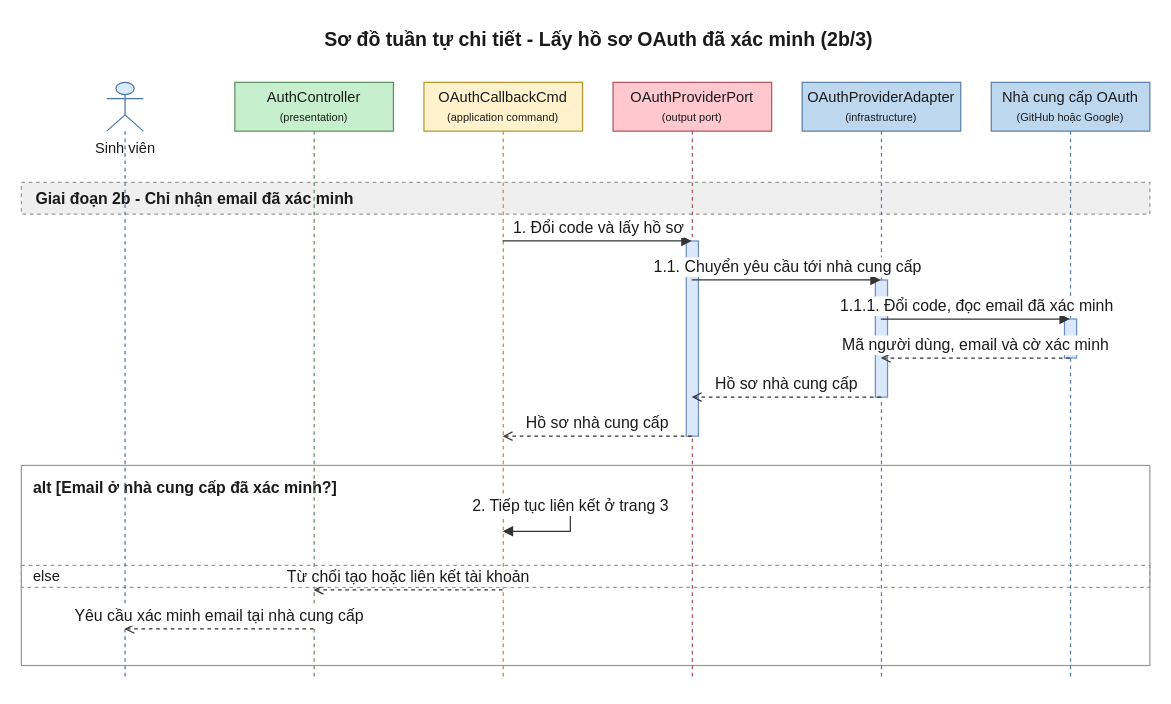
Earlier version of the draw.io diagram 08-diagram/sequence/user/sequence_user_lien_ket_oauth_p2b.drawio (daiphu1801/PRJ_ALGOPREP). Source tidied: cells renumbered, new cells numbered last; positions are measured from the earlier drawing's top-left corner, leaving out a move shared by most shapes. Both pictures are drawn from the tidied source at 122%, with x=0, y=0 at pixel (21, 21).
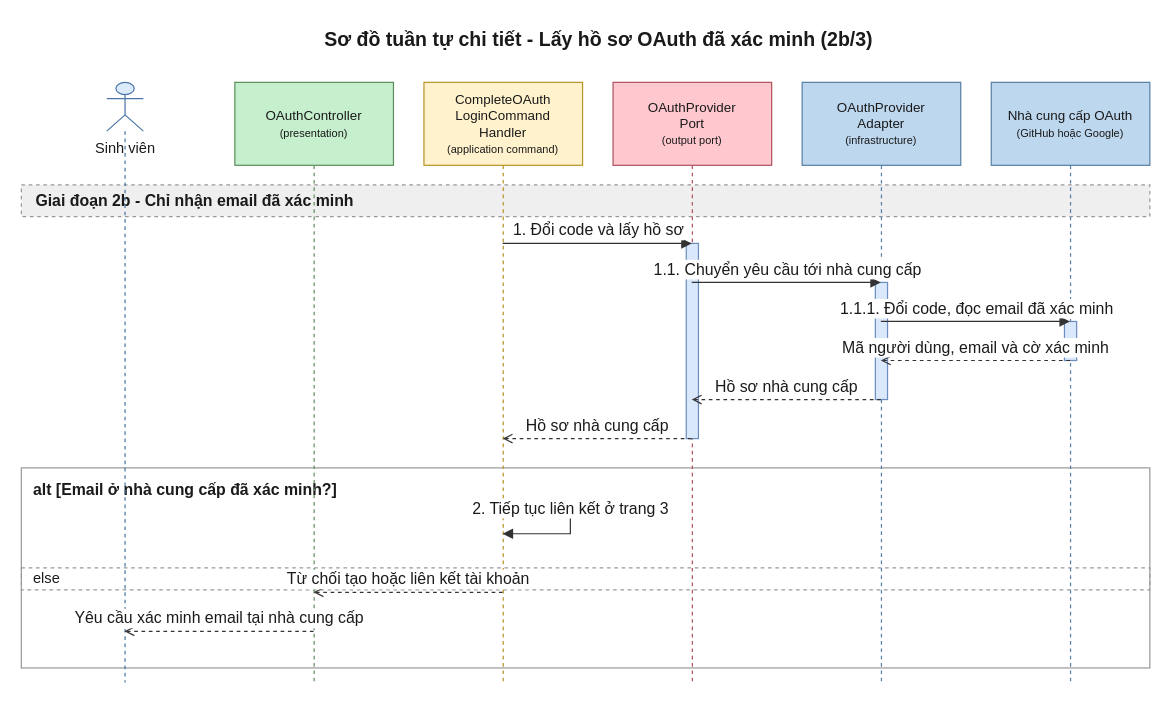
The same diagram, later.

Change to the diagram source:
```diff
@@
     <mxCell id="3" value="alt [Email ở nhà cung cấp đã xác minh?]" style="algoprep=alt;rounded=0;whiteSpace=wrap;html=1;fillColor=none;strokeColor=#999999;verticalAlign=top;align=left;spacingLeft=8;spacingTop=4;fontColor=#1A1A1A;fontSize=13;fontStyle=1;dashed=0;" parent="1" vertex="1">
-      <mxGeometry y="364" width="925" height="164" as="geometry" />
+      <mxGeometry y="366" width="925" height="164" as="geometry" />
     </mxCell>
     <mxCell id="4" value="else" style="text;html=1;dashed=1;strokeColor=#999999;fillColor=none;align=left;verticalAlign=middle;spacingLeft=8;fontColor=#1A1A1A;fontSize=12;" parent="1" vertex="1">
-      <mxGeometry y="446" width="925" height="18" as="geometry" />
+      <mxGeometry y="448" width="925" height="18" as="geometry" />
     </mxCell>
     <mxCell id="5" value="Giai đoạn 2b - Chỉ nhận email đã xác minh" style="algoprep=phase;rounded=0;whiteSpace=wrap;html=1;fillColor=#EFEFEF;strokeColor=#999999;dashed=1;align=left;verticalAlign=middle;spacingLeft=10;fontColor=#1A1A1A;fontSize=13;fontStyle=1;" parent="1" vertex="1">
-      <mxGeometry y="132" width="925" height="26" as="geometry" />
+      <mxGeometry y="134" width="925" height="26" as="geometry" />
     </mxCell>
     <mxCell id="6" value="Sinh viên" style="shape=umlLifeline;participant=umlActor;perimeter=lifelinePerimeter;html=1;outlineConnect=0;size=40;verticalAlign=top;spacingTop=40;fillColor=#DCEBFC;strokeColor=#4A76A8;fontColor=#1A1A1A;" parent="1" vertex="1">
-      <mxGeometry x="70" y="50" width="30" height="490" as="geometry" />
+      <mxGeometry x="70" y="50" width="30" height="492" as="geometry" />
     </mxCell>
-    <mxCell id="7" value="AuthController&lt;br&gt;&lt;font style=&quot;font-size:9px&quot;&gt;(presentation)&lt;/font&gt;" style="shape=umlLifeline;perimeter=lifelinePerimeter;whiteSpace=wrap;html=1;outlineConnect=0;size=40;fillColor=#C6EFCE;strokeColor=#5E8E5E;fontColor=#1A1A1A;" parent="1" vertex="1">
-      <mxGeometry x="175" y="50" width="130" height="490" as="geometry" />
+    <mxCell id="7" value="OAuthController&lt;br&gt;&lt;font style=&quot;font-size:9px&quot;&gt;(presentation)&lt;/font&gt;" style="shape=umlLifeline;perimeter=lifelinePerimeter;whiteSpace=wrap;html=1;outlineConnect=0;size=68;fontSize=11;fillColor=#C6EFCE;strokeColor=#5E8E5E;fontColor=#1A1A1A;" parent="1" vertex="1">
+      <mxGeometry x="175" y="50" width="130" height="492" as="geometry" />
     </mxCell>
-    <mxCell id="8" value="OAuthCallbackCmd&lt;br&gt;&lt;font style=&quot;font-size:9px&quot;&gt;(application command)&lt;/font&gt;" style="shape=umlLifeline;perimeter=lifelinePerimeter;whiteSpace=wrap;html=1;outlineConnect=0;size=40;fillColor=#FFF2CC;strokeColor=#B8952A;fontColor=#1A1A1A;" parent="1" vertex="1">
-      <mxGeometry x="330" y="50" width="130" height="490" as="geometry" />
+    <mxCell id="8" value="CompleteOAuth&lt;br&gt;LoginCommand&lt;br&gt;Handler&lt;br&gt;&lt;font style=&quot;font-size:9px&quot;&gt;(application command)&lt;/font&gt;" style="shape=umlLifeline;perimeter=lifelinePerimeter;whiteSpace=wrap;html=1;outlineConnect=0;size=68;fontSize=11;fillColor=#FFF2CC;strokeColor=#B8952A;fontColor=#1A1A1A;" parent="1" vertex="1">
+      <mxGeometry x="330" y="50" width="130" height="492" as="geometry" />
     </mxCell>
-    <mxCell id="9" value="OAuthProviderPort&lt;br&gt;&lt;font style=&quot;font-size:9px&quot;&gt;(output port)&lt;/font&gt;" style="shape=umlLifeline;perimeter=lifelinePerimeter;whiteSpace=wrap;html=1;outlineConnect=0;size=40;fillColor=#FFC7CE;strokeColor=#B0525E;fontColor=#1A1A1A;" parent="1" vertex="1">
-      <mxGeometry x="485" y="50" width="130" height="490" as="geometry" />
+    <mxCell id="9" value="OAuthProvider&lt;br&gt;Port&lt;br&gt;&lt;font style=&quot;font-size:9px&quot;&gt;(output port)&lt;/font&gt;" style="shape=umlLifeline;perimeter=lifelinePerimeter;whiteSpace=wrap;html=1;outlineConnect=0;size=68;fontSize=11;fillColor=#FFC7CE;strokeColor=#B0525E;fontColor=#1A1A1A;" parent="1" vertex="1">
+      <mxGeometry x="485" y="50" width="130" height="492" as="geometry" />
     </mxCell>
-    <mxCell id="10" value="OAuthProviderAdapter&lt;br&gt;&lt;font style=&quot;font-size:9px&quot;&gt;(infrastructure)&lt;/font&gt;" style="shape=umlLifeline;perimeter=lifelinePerimeter;whiteSpace=wrap;html=1;outlineConnect=0;size=40;fillColor=#BDD7EE;strokeColor=#5A7FA6;fontColor=#1A1A1A;" parent="1" vertex="1">
-      <mxGeometry x="640" y="50" width="130" height="490" as="geometry" />
+    <mxCell id="10" value="OAuthProvider&lt;br&gt;Adapter&lt;br&gt;&lt;font style=&quot;font-size:9px&quot;&gt;(infrastructure)&lt;/font&gt;" style="shape=umlLifeline;perimeter=lifelinePerimeter;whiteSpace=wrap;html=1;outlineConnect=0;size=68;fontSize=11;fillColor=#BDD7EE;strokeColor=#5A7FA6;fontColor=#1A1A1A;" parent="1" vertex="1">
+      <mxGeometry x="640" y="50" width="130" height="492" as="geometry" />
     </mxCell>
-    <mxCell id="11" value="Nhà cung cấp OAuth&lt;br&gt;&lt;font style=&quot;font-size:9px&quot;&gt;(GitHub hoặc Google)&lt;/font&gt;" style="shape=umlLifeline;perimeter=lifelinePerimeter;whiteSpace=wrap;html=1;outlineConnect=0;size=40;fillColor=#BDD7EE;strokeColor=#5A7FA6;fontColor=#1A1A1A;" parent="1" vertex="1">
-      <mxGeometry x="795" y="50" width="130" height="490" as="geometry" />
+    <mxCell id="11" value="Nhà cung cấp OAuth&lt;br&gt;&lt;font style=&quot;font-size:9px&quot;&gt;(GitHub hoặc Google)&lt;/font&gt;" style="shape=umlLifeline;perimeter=lifelinePerimeter;whiteSpace=wrap;html=1;outlineConnect=0;size=68;fontSize=11;fillColor=#BDD7EE;strokeColor=#5A7FA6;fontColor=#1A1A1A;" parent="1" vertex="1">
+      <mxGeometry x="795" y="50" width="130" height="492" as="geometry" />
     </mxCell>
     <mxCell id="12" style="html=1;perimeter=orthogonalPerimeter;targetShapes=umlLifeline;fillColor=#DAE8FC;strokeColor=#6C8EBF;" parent="11" vertex="1">
-      <mxGeometry x="60" y="194" width="10" height="32" as="geometry" />
+      <mxGeometry x="60" y="196" width="10" height="32" as="geometry" />
     </mxCell>
     <mxCell id="13" style="html=1;perimeter=orthogonalPerimeter;targetShapes=umlLifeline;fillColor=#DAE8FC;strokeColor=#6C8EBF;" parent="10" vertex="1">
-      <mxGeometry x="60" y="162" width="10" height="96" as="geometry" />
+      <mxGeometry x="60" y="164" width="10" height="96" as="geometry" />
     </mxCell>
     <mxCell id="14" style="html=1;perimeter=orthogonalPerimeter;targetShapes=umlLifeline;fillColor=#DAE8FC;strokeColor=#6C8EBF;" parent="9" vertex="1">
-      <mxGeometry x="60" y="130" width="10" height="160" as="geometry" />
+      <mxGeometry x="60" y="132" width="10" height="160" as="geometry" />
     </mxCell>
-    <mxCell id="15" value="1. Đổi code và lấy hồ sơ" style="edgeStyle=none;html=1;endArrow=block;endFill=1;strokeColor=#333333;fontColor=#1A1A1A;fontSize=13;verticalAlign=bottom;exitX=0.5;exitY=0.2653;exitDx=0;exitDy=0;entryX=0.5;entryY=0.2653;entryDx=0;entryDy=0;" parent="1" edge="1" source="8" target="9">
+    <mxCell id="15" value="1. Đổi code và lấy hồ sơ" style="edgeStyle=none;html=1;endArrow=block;endFill=1;strokeColor=#333333;fontColor=#1A1A1A;fontSize=13;verticalAlign=bottom;exitX=0.5;exitY=0.2683;exitDx=0;exitDy=0;entryX=0.5;entryY=0.2683;entryDx=0;entryDy=0;" parent="1" edge="1" source="8" target="9">
       <mxGeometry relative="1" as="geometry" />
     </mxCell>
-    <mxCell id="16" value="1.1. Chuyển yêu cầu tới nhà cung cấp" style="edgeStyle=none;html=1;endArrow=block;endFill=1;strokeColor=#333333;fontColor=#1A1A1A;fontSize=13;verticalAlign=bottom;exitX=0.5;exitY=0.3306;exitDx=0;exitDy=0;entryX=0.5;entryY=0.3306;entryDx=0;entryDy=0;" parent="1" edge="1" source="9" target="10">
+    <mxCell id="16" value="1.1. Chuyển yêu cầu tới nhà cung cấp" style="edgeStyle=none;html=1;endArrow=block;endFill=1;strokeColor=#333333;fontColor=#1A1A1A;fontSize=13;verticalAlign=bottom;exitX=0.5;exitY=0.3333;exitDx=0;exitDy=0;entryX=0.5;entryY=0.3333;entryDx=0;entryDy=0;" parent="1" edge="1" source="9" target="10">
       <mxGeometry relative="1" as="geometry" />
     </mxCell>
-    <mxCell id="17" value="1.1.1. Đổi code, đọc email đã xác minh" style="edgeStyle=none;html=1;endArrow=block;endFill=1;strokeColor=#333333;fontColor=#1A1A1A;fontSize=13;verticalAlign=bottom;exitX=0.5;exitY=0.3959;exitDx=0;exitDy=0;entryX=0.5;entryY=0.3959;entryDx=0;entryDy=0;" parent="1" edge="1" source="10" target="11">
+    <mxCell id="17" value="1.1.1. Đổi code, đọc email đã xác minh" style="edgeStyle=none;html=1;endArrow=block;endFill=1;strokeColor=#333333;fontColor=#1A1A1A;fontSize=13;verticalAlign=bottom;exitX=0.5;exitY=0.3984;exitDx=0;exitDy=0;entryX=0.5;entryY=0.3984;entryDx=0;entryDy=0;" parent="1" edge="1" source="10" target="11">
       <mxGeometry relative="1" as="geometry" />
     </mxCell>
-    <mxCell id="18" value="Mã người dùng, email và cờ xác minh" style="edgeStyle=none;html=1;endArrow=open;endFill=0;dashed=1;strokeColor=#333333;fontColor=#1A1A1A;fontSize=13;verticalAlign=bottom;exitX=0.5;exitY=0.4612;exitDx=0;exitDy=0;entryX=0.5;entryY=0.4612;entryDx=0;entryDy=0;" parent="1" edge="1" source="11" target="10">
+    <mxCell id="18" value="Mã người dùng, email và cờ xác minh" style="edgeStyle=none;html=1;endArrow=open;endFill=0;dashed=1;strokeColor=#333333;fontColor=#1A1A1A;fontSize=13;verticalAlign=bottom;exitX=0.5;exitY=0.4634;exitDx=0;exitDy=0;entryX=0.5;entryY=0.4634;entryDx=0;entryDy=0;" parent="1" edge="1" source="11" target="10">
       <mxGeometry relative="1" as="geometry" />
     </mxCell>
-    <mxCell id="19" value="Hồ sơ nhà cung cấp" style="edgeStyle=none;html=1;endArrow=open;endFill=0;dashed=1;strokeColor=#333333;fontColor=#1A1A1A;fontSize=13;verticalAlign=bottom;exitX=0.5;exitY=0.5265;exitDx=0;exitDy=0;entryX=0.5;entryY=0.5265;entryDx=0;entryDy=0;" parent="1" edge="1" source="10" target="9">
+    <mxCell id="19" value="Hồ sơ nhà cung cấp" style="edgeStyle=none;html=1;endArrow=open;endFill=0;dashed=1;strokeColor=#333333;fontColor=#1A1A1A;fontSize=13;verticalAlign=bottom;exitX=0.5;exitY=0.5285;exitDx=0;exitDy=0;entryX=0.5;entryY=0.5285;entryDx=0;entryDy=0;" parent="1" edge="1" source="10" target="9">
       <mxGeometry relative="1" as="geometry" />
     </mxCell>
-    <mxCell id="20" value="Hồ sơ nhà cung cấp" style="edgeStyle=none;html=1;endArrow=open;endFill=0;dashed=1;strokeColor=#333333;fontColor=#1A1A1A;fontSize=13;verticalAlign=bottom;exitX=0.5;exitY=0.5918;exitDx=0;exitDy=0;entryX=0.5;entryY=0.5918;entryDx=0;entryDy=0;" parent="1" edge="1" source="9" target="8">
+    <mxCell id="20" value="Hồ sơ nhà cung cấp" style="edgeStyle=none;html=1;endArrow=open;endFill=0;dashed=1;strokeColor=#333333;fontColor=#1A1A1A;fontSize=13;verticalAlign=bottom;exitX=0.5;exitY=0.5935;exitDx=0;exitDy=0;entryX=0.5;entryY=0.5935;entryDx=0;entryDy=0;" parent="1" edge="1" source="9" target="8">
       <mxGeometry relative="1" as="geometry" />
     </mxCell>
-    <mxCell id="21" value="2. Tiếp tục liên kết ở trang 3" style="edgeStyle=orthogonalEdgeStyle;rounded=0;html=1;endArrow=block;endFill=1;strokeColor=#333333;fontColor=#1A1A1A;fontSize=13;verticalAlign=bottom;exitX=0.5;exitY=0.7102;exitDx=0;exitDy=0;entryX=0.5;entryY=0.7510;entryDx=0;entryDy=0;" parent="1" edge="1" source="8" target="8">
+    <mxCell id="21" value="2. Tiếp tục liên kết ở trang 3" style="edgeStyle=orthogonalEdgeStyle;rounded=0;html=1;endArrow=block;endFill=1;strokeColor=#333333;fontColor=#1A1A1A;fontSize=13;verticalAlign=bottom;exitX=0.5;exitY=0.7114;exitDx=0;exitDy=0;entryX=0.5;entryY=0.7520;entryDx=0;entryDy=0;" parent="1" edge="1" source="8" target="8">
       <mxGeometry relative="1" as="geometry">
         <Array as="points">
-          <mxPoint x="450" y="398" />
-          <mxPoint x="450" y="418" />
+          <mxPoint x="450" y="400" />
+          <mxPoint x="450" y="420" />
         </Array>
       </mxGeometry>
     </mxCell>
-    <mxCell id="22" value="Từ chối tạo hoặc liên kết tài khoản" style="edgeStyle=none;html=1;endArrow=open;endFill=0;dashed=1;strokeColor=#333333;fontColor=#1A1A1A;fontSize=13;verticalAlign=bottom;exitX=0.5;exitY=0.8490;exitDx=0;exitDy=0;entryX=0.5;entryY=0.8490;entryDx=0;entryDy=0;" parent="1" edge="1" source="8" target="7">
+    <mxCell id="22" value="Từ chối tạo hoặc liên kết tài khoản" style="edgeStyle=none;html=1;endArrow=open;endFill=0;dashed=1;strokeColor=#333333;fontColor=#1A1A1A;fontSize=13;verticalAlign=bottom;exitX=0.5;exitY=0.8496;exitDx=0;exitDy=0;entryX=0.5;entryY=0.8496;entryDx=0;entryDy=0;" parent="1" edge="1" source="8" target="7">
       <mxGeometry relative="1" as="geometry" />
     </mxCell>
-    <mxCell id="23" value="Yêu cầu xác minh email tại nhà cung cấp" style="edgeStyle=none;html=1;endArrow=open;endFill=0;dashed=1;strokeColor=#333333;fontColor=#1A1A1A;fontSize=13;verticalAlign=bottom;exitX=0.5;exitY=0.9143;exitDx=0;exitDy=0;entryX=0.5;entryY=0.9143;entryDx=0;entryDy=0;" parent="1" edge="1" source="7" target="6">
+    <mxCell id="23" value="Yêu cầu xác minh email tại nhà cung cấp" style="edgeStyle=none;html=1;endArrow=open;endFill=0;dashed=1;strokeColor=#333333;fontColor=#1A1A1A;fontSize=13;verticalAlign=bottom;exitX=0.5;exitY=0.9146;exitDx=0;exitDy=0;entryX=0.5;entryY=0.9146;entryDx=0;entryDy=0;" parent="1" edge="1" source="7" target="6">
       <mxGeometry relative="1" as="geometry" />
     </mxCell>
```
